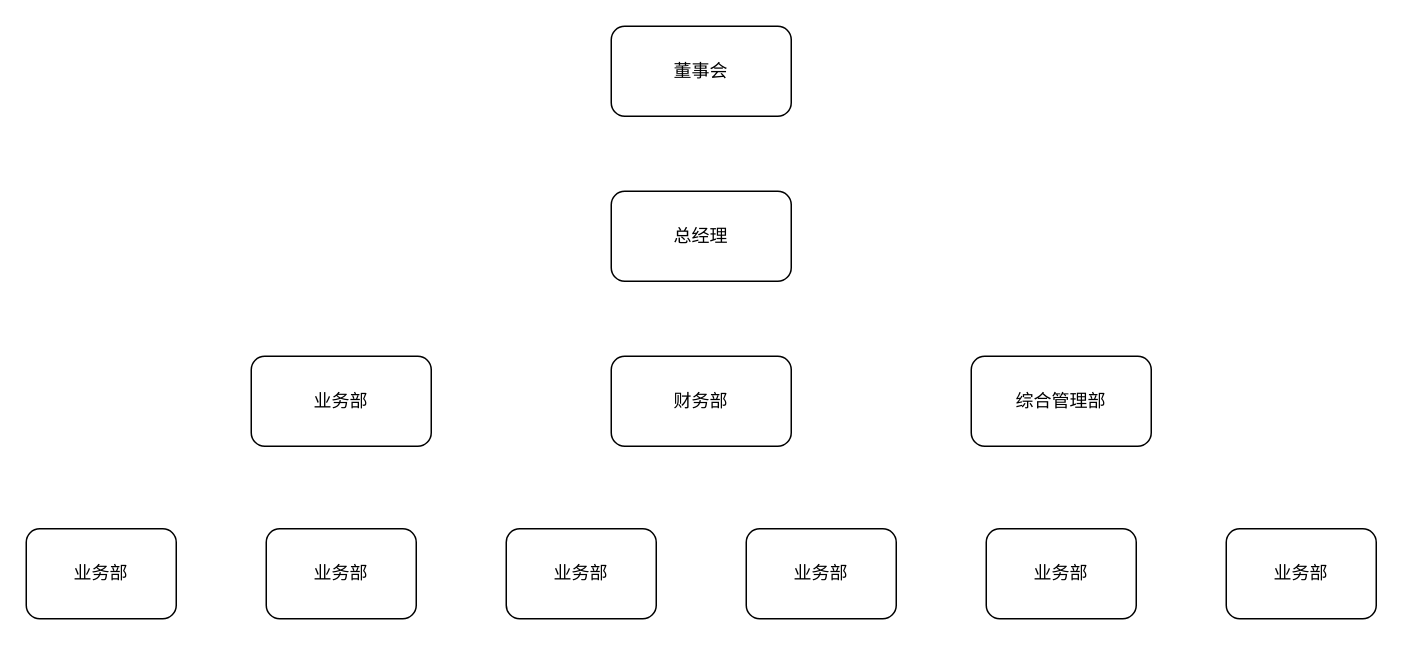
kupier/12306-electron keeps this draw.io diagram as src/未命名绘图.drawio. Above is the earlier version. Source tidied: cells renumbered, new cells numbered last; positions are measured from the earlier drawing's top-left corner, leaving out a move shared by most shapes. Both pictures are drawn from the tidied source at 150%, with x=0, y=0 at pixel (26, 26).
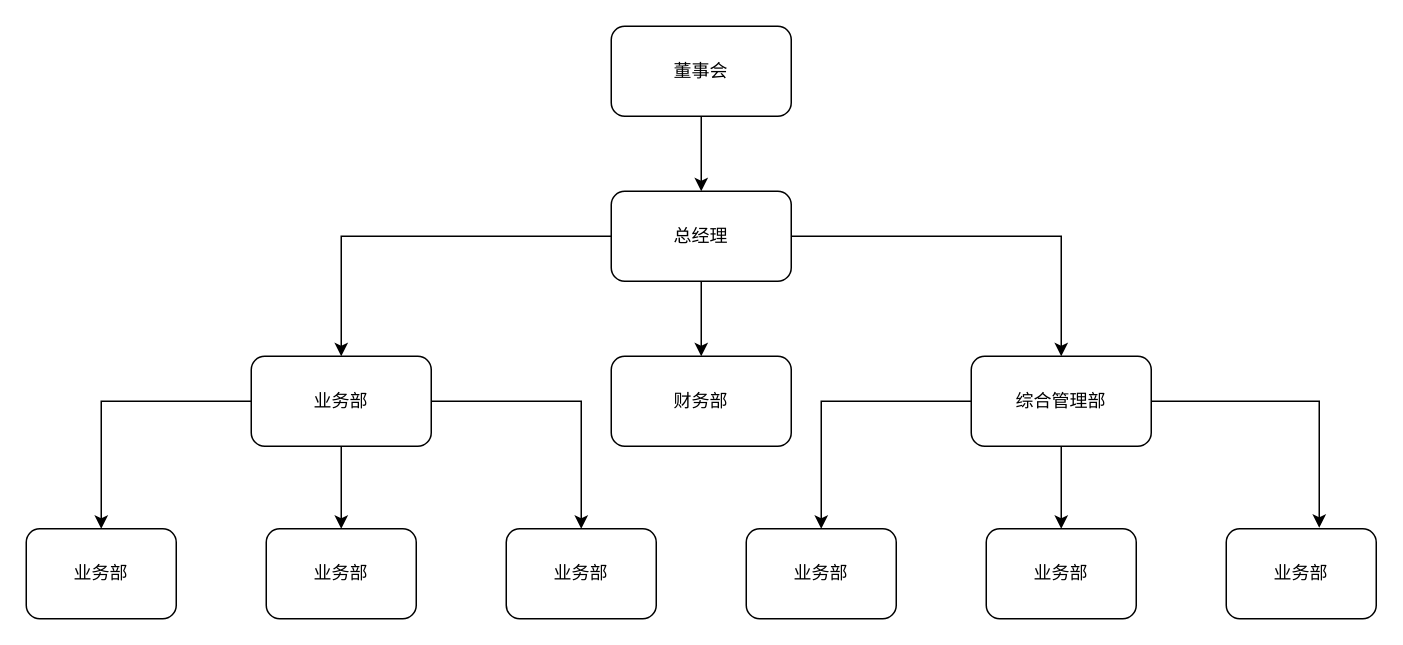
The same page after the edit.

Unchanged cells that the change refers to:
```xml
<mxCell id="2" value="董事会" style="rounded=1;whiteSpace=wrap;html=1;" parent="1" vertex="1">
  <mxGeometry x="390" width="120" height="60" as="geometry" />
</mxCell>
<mxCell id="3" value="总经理" style="rounded=1;whiteSpace=wrap;html=1;" parent="1" vertex="1">
  <mxGeometry x="390" y="110" width="120" height="60" as="geometry" />
</mxCell>
<mxCell id="4" value="业务部" style="rounded=1;whiteSpace=wrap;html=1;" parent="1" vertex="1">
  <mxGeometry x="150" y="220" width="120" height="60" as="geometry" />
</mxCell>
<mxCell id="5" value="财务部" style="rounded=1;whiteSpace=wrap;html=1;" parent="1" vertex="1">
  <mxGeometry x="390" y="220" width="120" height="60" as="geometry" />
</mxCell>
<mxCell id="6" value="综合管理部" style="rounded=1;whiteSpace=wrap;html=1;" parent="1" vertex="1">
  <mxGeometry x="630" y="220" width="120" height="60" as="geometry" />
</mxCell>
<mxCell id="7" value="业务部" style="rounded=1;whiteSpace=wrap;html=1;" parent="1" vertex="1">
  <mxGeometry y="335" width="100" height="60" as="geometry" />
</mxCell>
<mxCell id="8" value="业务部" style="rounded=1;whiteSpace=wrap;html=1;" parent="1" vertex="1">
  <mxGeometry x="320" y="335" width="100" height="60" as="geometry" />
</mxCell>
<mxCell id="9" value="业务部" style="rounded=1;whiteSpace=wrap;html=1;" parent="1" vertex="1">
  <mxGeometry x="160" y="335" width="100" height="60" as="geometry" />
</mxCell>
<mxCell id="10" value="业务部" style="rounded=1;whiteSpace=wrap;html=1;" parent="1" vertex="1">
  <mxGeometry x="480" y="335" width="100" height="60" as="geometry" />
</mxCell>
<mxCell id="11" value="业务部" style="rounded=1;whiteSpace=wrap;html=1;" parent="1" vertex="1">
  <mxGeometry x="800" y="335" width="100" height="60" as="geometry" />
</mxCell>
<mxCell id="12" value="业务部" style="rounded=1;whiteSpace=wrap;html=1;" parent="1" vertex="1">
  <mxGeometry x="640" y="335" width="100" height="60" as="geometry" />
</mxCell>
```

What changed in the source:
```diff
@@
+    <mxCell id="13" style="edgeStyle=orthogonalEdgeStyle;rounded=0;jettySize=auto;html=1;exitX=0.5;exitY=1;exitDx=0;exitDy=0;" parent="1" edge="1" source="2" target="3">
+      <mxGeometry relative="1" as="geometry" />
+    </mxCell>
@@
+    <mxCell id="14" style="edgeStyle=orthogonalEdgeStyle;rounded=0;jettySize=auto;html=1;exitX=0.5;exitY=1;exitDx=0;exitDy=0;entryX=0.5;entryY=0;entryDx=0;entryDy=0;" parent="1" edge="1" source="3" target="5">
+      <mxGeometry relative="1" as="geometry" />
+    </mxCell>
+    <mxCell id="15" style="edgeStyle=orthogonalEdgeStyle;rounded=0;jettySize=auto;html=1;exitX=0;exitY=0.5;exitDx=0;exitDy=0;entryX=0.5;entryY=0;entryDx=0;entryDy=0;" parent="1" edge="1" source="3" target="4">
+      <mxGeometry relative="1" as="geometry" />
+    </mxCell>
+    <mxCell id="16" style="edgeStyle=orthogonalEdgeStyle;rounded=0;jettySize=auto;html=1;exitX=1;exitY=0.5;exitDx=0;exitDy=0;entryX=0.5;entryY=0;entryDx=0;entryDy=0;" parent="1" edge="1" source="3" target="6">
+      <mxGeometry relative="1" as="geometry" />
+    </mxCell>
@@
+    <mxCell id="17" style="edgeStyle=orthogonalEdgeStyle;rounded=0;jettySize=auto;html=1;exitX=0;exitY=0.5;exitDx=0;exitDy=0;entryX=0.5;entryY=0;entryDx=0;entryDy=0;" parent="1" edge="1" source="4" target="7">
+      <mxGeometry relative="1" as="geometry" />
+    </mxCell>
+    <mxCell id="18" style="edgeStyle=orthogonalEdgeStyle;rounded=0;jettySize=auto;html=1;exitX=1;exitY=0.5;exitDx=0;exitDy=0;entryX=0.5;entryY=0;entryDx=0;entryDy=0;" parent="1" edge="1" source="4" target="8">
+      <mxGeometry relative="1" as="geometry" />
+    </mxCell>
+    <mxCell id="19" style="edgeStyle=orthogonalEdgeStyle;rounded=0;jettySize=auto;html=1;exitX=0.5;exitY=1;exitDx=0;exitDy=0;entryX=0.5;entryY=0;entryDx=0;entryDy=0;" parent="1" edge="1" source="4" target="9">
+      <mxGeometry relative="1" as="geometry" />
+    </mxCell>
@@
+    <mxCell id="20" style="edgeStyle=orthogonalEdgeStyle;rounded=0;jettySize=auto;html=1;exitX=0;exitY=0.5;exitDx=0;exitDy=0;entryX=0.5;entryY=0;entryDx=0;entryDy=0;" parent="1" edge="1" source="6" target="10">
+      <mxGeometry relative="1" as="geometry" />
+    </mxCell>
+    <mxCell id="21" style="edgeStyle=orthogonalEdgeStyle;rounded=0;jettySize=auto;html=1;exitX=0.5;exitY=1;exitDx=0;exitDy=0;entryX=0.5;entryY=0;entryDx=0;entryDy=0;" parent="1" edge="1" source="6" target="12">
+      <mxGeometry relative="1" as="geometry" />
+    </mxCell>
+    <mxCell id="22" style="edgeStyle=orthogonalEdgeStyle;rounded=0;jettySize=auto;html=1;exitX=1;exitY=0.5;exitDx=0;exitDy=0;entryX=0.62;entryY=-0.01;entryDx=0;entryDy=0;entryPerimeter=0;" parent="1" edge="1" source="6" target="11">
+      <mxGeometry relative="1" as="geometry" />
+    </mxCell>
```
